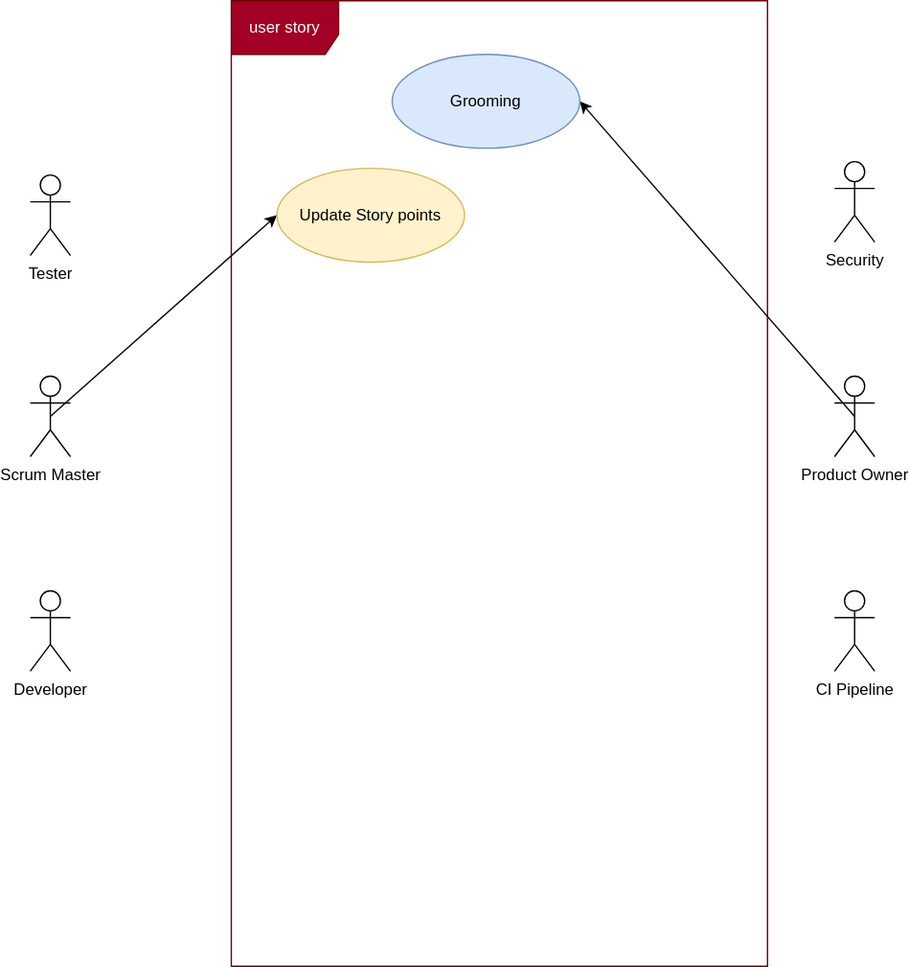
This is lmnas-process/user-story-usecase.drawio.svg from lmnaslimited/iyakkam, a draw.io export, as it was before one commit. Source tidied: cells renumbered, new cells last; positions are measured from the earlier drawing's top-left corner, leaving out a move shared by most shapes. Its diagram source:
```xml
<mxGraphModel>
  <root>
    <mxCell id="0" />
    <mxCell id="1" parent="0" />
    <mxCell id="2" value="user story" style="shape=umlFrame;whiteSpace=wrap;html=1;width=80;height=40;fillColor=#a20025;fontColor=#ffffff;strokeColor=#6F0000;" parent="1" vertex="1">
      <mxGeometry x="150" width="400" height="720" as="geometry" />
    </mxCell>
    <mxCell id="3" style="edgeStyle=none;rounded=0;jettySize=auto;html=1;exitX=0.5;exitY=0.5;exitDx=0;exitDy=0;exitPerimeter=0;entryX=0;entryY=0.5;entryDx=0;entryDy=0;" parent="1" edge="1" source="4" target="12">
      <mxGeometry relative="1" as="geometry" />
    </mxCell>
    <mxCell id="4" value="Scrum Master" style="shape=umlActor;verticalLabelPosition=bottom;verticalAlign=top;html=1;" parent="1" vertex="1">
      <mxGeometry y="280" width="30" height="60" as="geometry" />
    </mxCell>
    <mxCell id="5" style="edgeStyle=none;rounded=0;jettySize=auto;html=1;exitX=0.5;exitY=0.5;exitDx=0;exitDy=0;exitPerimeter=0;entryX=1;entryY=0.5;entryDx=0;entryDy=0;" parent="1" edge="1" source="6" target="11">
      <mxGeometry relative="1" as="geometry" />
    </mxCell>
    <mxCell id="6" value="Product Owner" style="shape=umlActor;verticalLabelPosition=bottom;verticalAlign=top;html=1;" parent="1" vertex="1">
      <mxGeometry x="600" y="280" width="30" height="60" as="geometry" />
    </mxCell>
    <mxCell id="7" value="Developer" style="shape=umlActor;verticalLabelPosition=bottom;verticalAlign=top;html=1;" parent="1" vertex="1">
      <mxGeometry y="440" width="30" height="60" as="geometry" />
    </mxCell>
    <mxCell id="8" value="Tester" style="shape=umlActor;verticalLabelPosition=bottom;verticalAlign=top;html=1;" parent="1" vertex="1">
      <mxGeometry y="130" width="30" height="60" as="geometry" />
    </mxCell>
    <mxCell id="9" value="CI Pipeline" style="shape=umlActor;verticalLabelPosition=bottom;verticalAlign=top;html=1;" parent="1" vertex="1">
      <mxGeometry x="600" y="440" width="30" height="60" as="geometry" />
    </mxCell>
    <mxCell id="10" value="Security" style="shape=umlActor;verticalLabelPosition=bottom;verticalAlign=top;html=1;" parent="1" vertex="1">
      <mxGeometry x="600" y="120" width="30" height="60" as="geometry" />
    </mxCell>
    <mxCell id="11" value="Grooming" style="ellipse;whiteSpace=wrap;html=1;fillColor=#dae8fc;strokeColor=#6c8ebf;" parent="1" vertex="1">
      <mxGeometry x="270" y="40" width="140" height="70" as="geometry" />
    </mxCell>
    <mxCell id="12" value="Update Story points" style="ellipse;whiteSpace=wrap;html=1;fillColor=#fff2cc;strokeColor=#d6b656;" parent="1" vertex="1">
      <mxGeometry x="184" y="125" width="140" height="70" as="geometry" />
    </mxCell>
  </root>
</mxGraphModel>
```
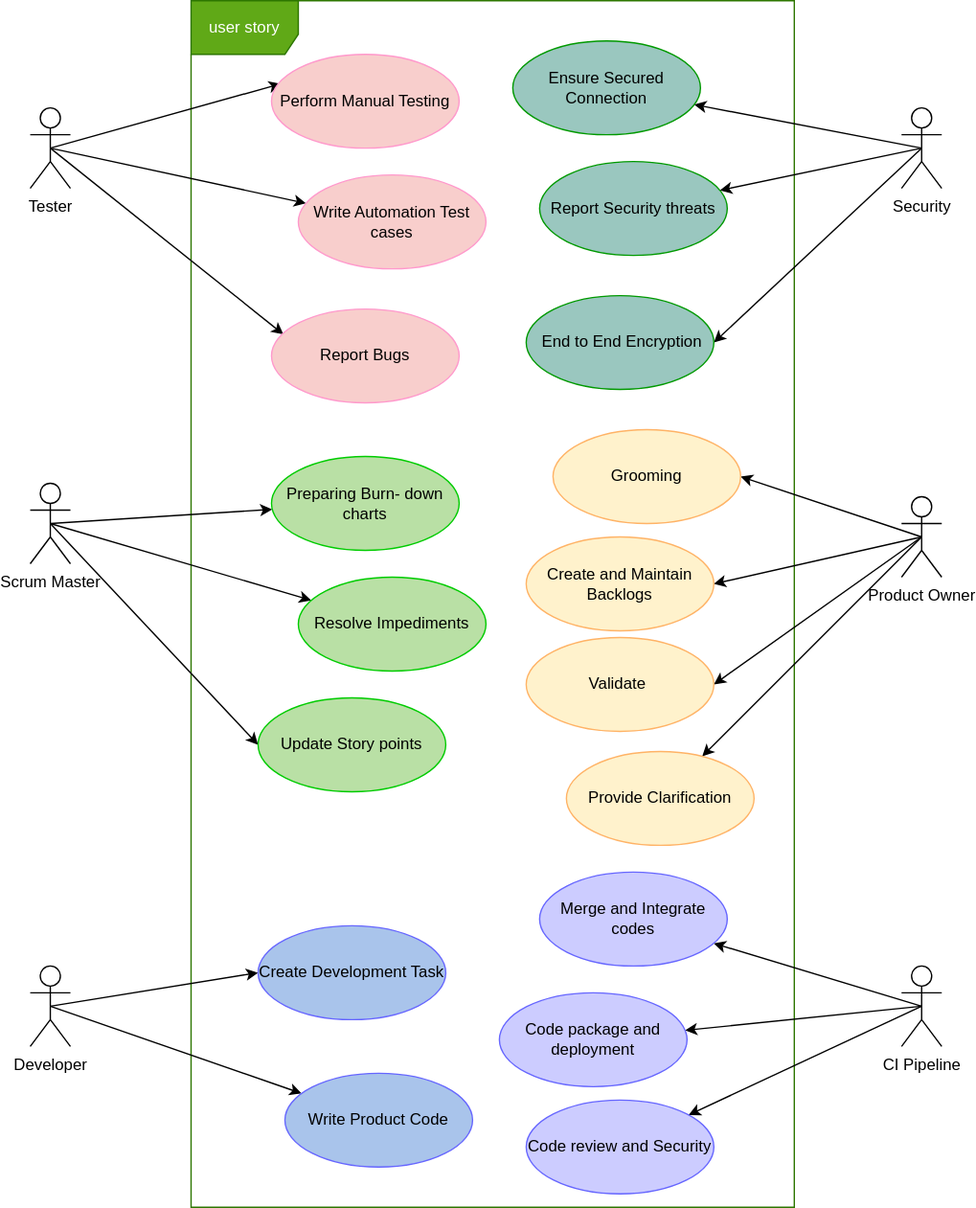
After the commit.

What changed in the source:
```diff
@@ -2,38 +2,134 @@
   <root>
     <mxCell id="0" />
     <mxCell id="1" parent="0" />
-    <mxCell id="2" value="user story" style="shape=umlFrame;whiteSpace=wrap;html=1;width=80;height=40;fillColor=#a20025;fontColor=#ffffff;strokeColor=#6F0000;" parent="1" vertex="1">
-      <mxGeometry x="150" width="400" height="720" as="geometry" />
+    <mxCell id="2" value="user story" style="shape=umlFrame;whiteSpace=wrap;html=1;width=80;height=40;fillColor=#60a917;fontColor=#ffffff;strokeColor=#2D7600;" parent="1" vertex="1">
+      <mxGeometry x="110" width="450" height="900" as="geometry" />
     </mxCell>
     <mxCell id="3" style="edgeStyle=none;rounded=0;jettySize=auto;html=1;exitX=0.5;exitY=0.5;exitDx=0;exitDy=0;exitPerimeter=0;entryX=0;entryY=0.5;entryDx=0;entryDy=0;" parent="1" edge="1" source="4" target="12">
       <mxGeometry relative="1" as="geometry" />
     </mxCell>
+    <mxCell id="13" style="edgeStyle=none;rounded=0;jettySize=auto;html=1;exitX=0.5;exitY=0.5;exitDx=0;exitDy=0;exitPerimeter=0;strokeColor=default;" parent="1" edge="1" source="4" target="34">
+      <mxGeometry relative="1" as="geometry" />
+    </mxCell>
+    <mxCell id="14" style="edgeStyle=none;rounded=0;jettySize=auto;html=1;exitX=0.5;exitY=0.5;exitDx=0;exitDy=0;exitPerimeter=0;strokeColor=default;" parent="1" edge="1" source="4" target="42">
+      <mxGeometry relative="1" as="geometry" />
+    </mxCell>
     <mxCell id="4" value="Scrum Master" style="shape=umlActor;verticalLabelPosition=bottom;verticalAlign=top;html=1;" parent="1" vertex="1">
-      <mxGeometry y="280" width="30" height="60" as="geometry" />
+      <mxGeometry x="-10" y="360" width="30" height="60" as="geometry" />
     </mxCell>
     <mxCell id="5" style="edgeStyle=none;rounded=0;jettySize=auto;html=1;exitX=0.5;exitY=0.5;exitDx=0;exitDy=0;exitPerimeter=0;entryX=1;entryY=0.5;entryDx=0;entryDy=0;" parent="1" edge="1" source="6" target="11">
       <mxGeometry relative="1" as="geometry" />
     </mxCell>
+    <mxCell id="15" style="rounded=0;jettySize=auto;html=1;exitX=0.5;exitY=0.5;exitDx=0;exitDy=0;exitPerimeter=0;entryX=1;entryY=0.5;entryDx=0;entryDy=0;strokeColor=default;" parent="1" edge="1" source="6" target="30">
+      <mxGeometry relative="1" as="geometry" />
+    </mxCell>
+    <mxCell id="16" style="edgeStyle=none;rounded=0;jettySize=auto;html=1;exitX=0.5;exitY=0.5;exitDx=0;exitDy=0;exitPerimeter=0;entryX=1;entryY=0.5;entryDx=0;entryDy=0;strokeColor=default;" parent="1" edge="1" source="6" target="43">
+      <mxGeometry relative="1" as="geometry" />
+    </mxCell>
+    <mxCell id="17" style="edgeStyle=none;rounded=0;jettySize=auto;html=1;exitX=0.5;exitY=0.5;exitDx=0;exitDy=0;exitPerimeter=0;strokeColor=default;" parent="1" edge="1" source="6" target="44">
+      <mxGeometry relative="1" as="geometry" />
+    </mxCell>
     <mxCell id="6" value="Product Owner" style="shape=umlActor;verticalLabelPosition=bottom;verticalAlign=top;html=1;" parent="1" vertex="1">
-      <mxGeometry x="600" y="280" width="30" height="60" as="geometry" />
+      <mxGeometry x="640" y="370" width="30" height="60" as="geometry" />
     </mxCell>
+    <mxCell id="18" style="rounded=0;jettySize=auto;html=1;exitX=0.5;exitY=0.5;exitDx=0;exitDy=0;exitPerimeter=0;entryX=0;entryY=0.5;entryDx=0;entryDy=0;" parent="1" edge="1" source="7" target="29">
+      <mxGeometry relative="1" as="geometry" />
+    </mxCell>
+    <mxCell id="19" style="edgeStyle=none;rounded=0;jettySize=auto;html=1;exitX=0.5;exitY=0.5;exitDx=0;exitDy=0;exitPerimeter=0;strokeColor=default;" parent="1" edge="1" source="7" target="31">
+      <mxGeometry relative="1" as="geometry" />
+    </mxCell>
     <mxCell id="7" value="Developer" style="shape=umlActor;verticalLabelPosition=bottom;verticalAlign=top;html=1;" parent="1" vertex="1">
-      <mxGeometry y="440" width="30" height="60" as="geometry" />
+      <mxGeometry x="-10" y="720" width="30" height="60" as="geometry" />
     </mxCell>
+    <mxCell id="20" style="edgeStyle=none;rounded=0;jettySize=auto;html=1;exitX=0.5;exitY=0.5;exitDx=0;exitDy=0;exitPerimeter=0;entryX=0.05;entryY=0.314;entryDx=0;entryDy=0;entryPerimeter=0;strokeColor=default;" parent="1" edge="1" source="8" target="32">
+      <mxGeometry relative="1" as="geometry" />
+    </mxCell>
+    <mxCell id="21" style="edgeStyle=none;rounded=0;jettySize=auto;html=1;exitX=0.5;exitY=0.5;exitDx=0;exitDy=0;exitPerimeter=0;strokeColor=default;" parent="1" edge="1" source="8" target="33">
+      <mxGeometry relative="1" as="geometry" />
+    </mxCell>
+    <mxCell id="22" style="edgeStyle=none;rounded=0;jettySize=auto;html=1;exitX=0.5;exitY=0.5;exitDx=0;exitDy=0;exitPerimeter=0;entryX=0.064;entryY=0.271;entryDx=0;entryDy=0;entryPerimeter=0;strokeColor=default;" parent="1" edge="1" source="8" target="40">
+      <mxGeometry relative="1" as="geometry" />
+    </mxCell>
     <mxCell id="8" value="Tester" style="shape=umlActor;verticalLabelPosition=bottom;verticalAlign=top;html=1;" parent="1" vertex="1">
-      <mxGeometry y="130" width="30" height="60" as="geometry" />
+      <mxGeometry x="-10" y="80" width="30" height="60" as="geometry" />
     </mxCell>
+    <mxCell id="23" style="edgeStyle=none;rounded=0;jettySize=auto;html=1;exitX=0.5;exitY=0.5;exitDx=0;exitDy=0;exitPerimeter=0;strokeColor=default;" parent="1" edge="1" source="9" target="37">
+      <mxGeometry relative="1" as="geometry" />
+    </mxCell>
+    <mxCell id="24" style="edgeStyle=none;rounded=0;jettySize=auto;html=1;exitX=0.5;exitY=0.5;exitDx=0;exitDy=0;exitPerimeter=0;strokeColor=default;" parent="1" edge="1" source="9" target="38">
+      <mxGeometry relative="1" as="geometry" />
+    </mxCell>
+    <mxCell id="25" style="edgeStyle=none;rounded=0;jettySize=auto;html=1;exitX=0.5;exitY=0.5;exitDx=0;exitDy=0;exitPerimeter=0;strokeColor=default;" parent="1" edge="1" source="9" target="39">
+      <mxGeometry relative="1" as="geometry" />
+    </mxCell>
     <mxCell id="9" value="CI Pipeline" style="shape=umlActor;verticalLabelPosition=bottom;verticalAlign=top;html=1;" parent="1" vertex="1">
-      <mxGeometry x="600" y="440" width="30" height="60" as="geometry" />
+      <mxGeometry x="640" y="720" width="30" height="60" as="geometry" />
     </mxCell>
+    <mxCell id="26" style="edgeStyle=none;rounded=0;jettySize=auto;html=1;exitX=0.5;exitY=0.5;exitDx=0;exitDy=0;exitPerimeter=0;strokeColor=default;" parent="1" edge="1" source="10" target="35">
+      <mxGeometry relative="1" as="geometry" />
+    </mxCell>
+    <mxCell id="27" style="edgeStyle=none;rounded=0;jettySize=auto;html=1;exitX=0.5;exitY=0.5;exitDx=0;exitDy=0;exitPerimeter=0;strokeColor=default;" parent="1" edge="1" source="10" target="36">
+      <mxGeometry relative="1" as="geometry" />
+    </mxCell>
+    <mxCell id="28" style="edgeStyle=none;rounded=0;jettySize=auto;html=1;exitX=0.5;exitY=0.5;exitDx=0;exitDy=0;exitPerimeter=0;entryX=1;entryY=0.5;entryDx=0;entryDy=0;strokeColor=default;" parent="1" edge="1" source="10" target="41">
+      <mxGeometry relative="1" as="geometry" />
+    </mxCell>
     <mxCell id="10" value="Security" style="shape=umlActor;verticalLabelPosition=bottom;verticalAlign=top;html=1;" parent="1" vertex="1">
-      <mxGeometry x="600" y="120" width="30" height="60" as="geometry" />
+      <mxGeometry x="640" y="80" width="30" height="60" as="geometry" />
     </mxCell>
-    <mxCell id="11" value="Grooming" style="ellipse;whiteSpace=wrap;html=1;fillColor=#dae8fc;strokeColor=#6c8ebf;" parent="1" vertex="1">
-      <mxGeometry x="270" y="40" width="140" height="70" as="geometry" />
+    <mxCell id="11" value="Grooming" style="ellipse;whiteSpace=wrap;html=1;fillColor=#FFF2CC;strokeColor=#FFB366;" parent="1" vertex="1">
+      <mxGeometry x="380" y="320" width="140" height="70" as="geometry" />
     </mxCell>
-    <mxCell id="12" value="Update Story points" style="ellipse;whiteSpace=wrap;html=1;fillColor=#fff2cc;strokeColor=#d6b656;" parent="1" vertex="1">
-      <mxGeometry x="184" y="125" width="140" height="70" as="geometry" />
+    <mxCell id="12" value="Update Story points" style="ellipse;whiteSpace=wrap;html=1;fillColor=#B9E0A5;strokeColor=#00CC00;" parent="1" vertex="1">
+      <mxGeometry x="160" y="520" width="140" height="70" as="geometry" />
     </mxCell>
+    <mxCell id="29" value="Create Development Task" style="ellipse;whiteSpace=wrap;html=1;fillColor=#A9C4EB;strokeColor=#6666FF;" parent="1" vertex="1">
+      <mxGeometry x="160" y="690" width="140" height="70" as="geometry" />
+    </mxCell>
+    <mxCell id="30" value="Create and Maintain Backlogs" style="ellipse;whiteSpace=wrap;html=1;fillColor=#FFF2CC;strokeColor=#FFB366;" parent="1" vertex="1">
+      <mxGeometry x="360" y="400" width="140" height="70" as="geometry" />
+    </mxCell>
+    <mxCell id="31" value="Write Product Code&lt;span style=&quot;color: rgba(0 , 0 , 0 , 0) ; font-family: monospace ; font-size: 0px&quot;&gt;%3CmxGraphModel%3E%3Croot%3E%3CmxCell%20id%3D%220%22%2F%3E%3CmxCell%20id%3D%221%22%20parent%3D%220%22%2F%3E%3CmxCell%20id%3D%222%22%20value%3D%22Create%20Development%20Task%22%20style%3D%22ellipse%3BwhiteSpace%3Dwrap%3Bhtml%3D1%3BfillColor%3D%23F8CECC%3BstrokeColor%3D%23d6b656%3B%22%20vertex%3D%221%22%20parent%3D%221%22%3E%3CmxGeometry%20x%3D%22260%22%20y%3D%22475%22%20width%3D%22140%22%20height%3D%2270%22%20as%3D%22geometry%22%2F%3E%3C%2FmxCell%3E%3C%2Froot%3E%3C%2FmxGraphModel%3E&lt;/span&gt;" style="ellipse;whiteSpace=wrap;html=1;fillColor=#A9C4EB;strokeColor=#6666FF;" parent="1" vertex="1">
+      <mxGeometry x="180" y="800" width="140" height="70" as="geometry" />
+    </mxCell>
+    <mxCell id="32" value="Perform Manual Testing" style="ellipse;whiteSpace=wrap;html=1;fillColor=#F8CECC;strokeColor=#FF99CC;" parent="1" vertex="1">
+      <mxGeometry x="170" y="40" width="140" height="70" as="geometry" />
+    </mxCell>
+    <mxCell id="33" value="Write Automation Test cases" style="ellipse;whiteSpace=wrap;html=1;fillColor=#F8CECC;strokeColor=#FF99CC;" parent="1" vertex="1">
+      <mxGeometry x="190" y="130" width="140" height="70" as="geometry" />
+    </mxCell>
+    <mxCell id="34" value="Resolve Impediments" style="ellipse;whiteSpace=wrap;html=1;fillColor=#B9E0A5;strokeColor=#00CC00;" parent="1" vertex="1">
+      <mxGeometry x="190" y="430" width="140" height="70" as="geometry" />
+    </mxCell>
+    <mxCell id="35" value="Ensure Secured Connection" style="ellipse;whiteSpace=wrap;html=1;fillColor=#9AC7BF;strokeColor=#009900;" parent="1" vertex="1">
+      <mxGeometry x="350" y="30" width="140" height="70" as="geometry" />
+    </mxCell>
+    <mxCell id="36" value="Report Security threats" style="ellipse;whiteSpace=wrap;html=1;fillColor=#9AC7BF;strokeColor=#009900;" parent="1" vertex="1">
+      <mxGeometry x="370" y="120" width="140" height="70" as="geometry" />
+    </mxCell>
+    <mxCell id="37" value="Merge and Integrate codes" style="ellipse;whiteSpace=wrap;html=1;fillColor=#CCCCFF;strokeColor=#6666FF;" parent="1" vertex="1">
+      <mxGeometry x="370" y="650" width="140" height="70" as="geometry" />
+    </mxCell>
+    <mxCell id="38" value="Code package and deployment" style="ellipse;whiteSpace=wrap;html=1;fillColor=#CCCCFF;strokeColor=#6666FF;" parent="1" vertex="1">
+      <mxGeometry x="340" y="740" width="140" height="70" as="geometry" />
+    </mxCell>
+    <mxCell id="39" value="Code review and Security" style="ellipse;whiteSpace=wrap;html=1;fillColor=#CCCCFF;strokeColor=#6666FF;" parent="1" vertex="1">
+      <mxGeometry x="360" y="820" width="140" height="70" as="geometry" />
+    </mxCell>
+    <mxCell id="40" value="Report Bugs" style="ellipse;whiteSpace=wrap;html=1;fillColor=#F8CECC;strokeColor=#FF99CC;" parent="1" vertex="1">
+      <mxGeometry x="170" y="230" width="140" height="70" as="geometry" />
+    </mxCell>
+    <mxCell id="41" value="&amp;nbsp;End to End Encryption" style="ellipse;whiteSpace=wrap;html=1;fillColor=#9AC7BF;strokeColor=#009900;" parent="1" vertex="1">
+      <mxGeometry x="360" y="220" width="140" height="70" as="geometry" />
+    </mxCell>
+    <mxCell id="42" value="Preparing Burn- down charts" style="ellipse;whiteSpace=wrap;html=1;fillColor=#B9E0A5;strokeColor=#00CC00;" parent="1" vertex="1">
+      <mxGeometry x="170" y="340" width="140" height="70" as="geometry" />
+    </mxCell>
+    <mxCell id="43" value="Validate&amp;nbsp;" style="ellipse;whiteSpace=wrap;html=1;fillColor=#FFF2CC;strokeColor=#FFB366;" parent="1" vertex="1">
+      <mxGeometry x="360" y="475" width="140" height="70" as="geometry" />
+    </mxCell>
+    <mxCell id="44" value="Provide Clarification" style="ellipse;whiteSpace=wrap;html=1;fillColor=#FFF2CC;strokeColor=#FFB366;" parent="1" vertex="1">
+      <mxGeometry x="390" y="560" width="140" height="70" as="geometry" />
+    </mxCell>
   </root>
 </mxGraphModel>
```
